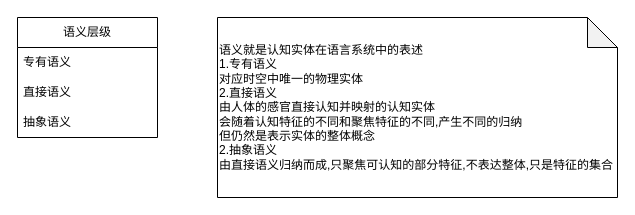
Above: page "语义" (2 of 7) of base_model/实体和语言.drawio in cyxm/CodeGenerator (draw.io), before the change. Source tidied: cells renumbered, new cells numbered last; positions are measured from the earlier drawing's top-left corner, leaving out a move shared by most shapes. Both pictures are drawn from the tidied source at 100%, with x=0, y=0 at pixel (17, 17).
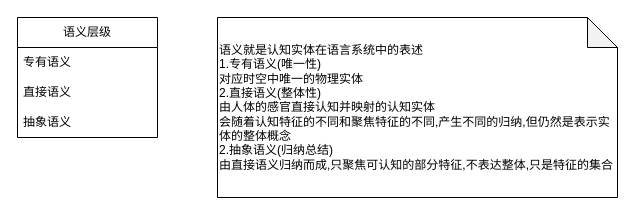
The same page after the edit.

Change to the diagram source:
```diff
@@
 <mxGraphModel>
   <root>
     <mxCell id="0" />
     <mxCell id="1" parent="0" />
     <mxCell id="2" value="语义层级" style="swimlane;fontStyle=0;horizontal=1;startSize=30;whiteSpace=wrap;html=1;" parent="1" vertex="1">
       <mxGeometry width="140" height="120" as="geometry" />
     </mxCell>
     <mxCell id="3" value="专有语义" style="text;strokeColor=none;fillColor=none;align=left;verticalAlign=middle;spacingLeft=4;spacingRight=4;overflow=hidden;whiteSpace=wrap;html=1;" parent="2" vertex="1">
       <mxGeometry y="30" width="140" height="30" as="geometry" />
     </mxCell>
     <mxCell id="4" value="直接语义" style="text;strokeColor=none;fillColor=none;align=left;verticalAlign=middle;spacingLeft=4;spacingRight=4;overflow=hidden;whiteSpace=wrap;html=1;" parent="2" vertex="1">
       <mxGeometry y="60" width="140" height="30" as="geometry" />
     </mxCell>
     <mxCell id="5" value="抽象语义" style="text;strokeColor=none;fillColor=none;align=left;verticalAlign=middle;spacingLeft=4;spacingRight=4;overflow=hidden;whiteSpace=wrap;html=1;" parent="2" vertex="1">
       <mxGeometry y="90" width="140" height="30" as="geometry" />
     </mxCell>
-    <mxCell id="6" value="&lt;div&gt;语义就是认知实体在语言系统中的表述&lt;/div&gt;&lt;div&gt;1.专有语义&lt;/div&gt;&lt;div&gt;对应时空中唯一的物理实体&lt;/div&gt;&lt;div&gt;2.直接语义&lt;/div&gt;&lt;div&gt;由人体的感官直接认知并映射的认知实体&lt;/div&gt;&lt;div&gt;会随着认知特征的不同和聚焦特征的不同,产生不同的归纳&lt;/div&gt;&lt;div&gt;但仍然是表示实体的整体概念&lt;/div&gt;&lt;div&gt;2.抽象语义&lt;/div&gt;&lt;div&gt;由直接语义归纳而成,只聚焦可认知的部分特征,不表达整体,只是特征的集合&lt;/div&gt;" style="shape=note;whiteSpace=wrap;html=1;backgroundOutline=1;darkOpacity=0.05;align=left;" parent="1" vertex="1">
+    <mxCell id="6" value="&lt;div&gt;语义就是认知实体在语言系统中的表述&lt;/div&gt;&lt;div&gt;1.专有语义(唯一性)&lt;/div&gt;&lt;div&gt;对应时空中唯一的物理实体&lt;/div&gt;&lt;div&gt;2.直接语义(整体性)&lt;/div&gt;&lt;div&gt;由人体的感官直接认知并映射的认知实体&lt;/div&gt;&lt;div&gt;会随着认知特征的不同和聚焦特征的不同,产生不同的归纳,但仍然是表示实体的整体概念&lt;/div&gt;&lt;div&gt;2.抽象语义(归纳总结)&lt;/div&gt;&lt;div&gt;由直接语义归纳而成,只聚焦可认知的部分特征,不表达整体,只是特征的集合&lt;/div&gt;" style="shape=note;whiteSpace=wrap;html=1;backgroundOutline=1;darkOpacity=0.05;align=left;" parent="1" vertex="1">
       <mxGeometry x="200" width="400" height="180" as="geometry" />
     </mxCell>
   </root>
 </mxGraphModel>
```
